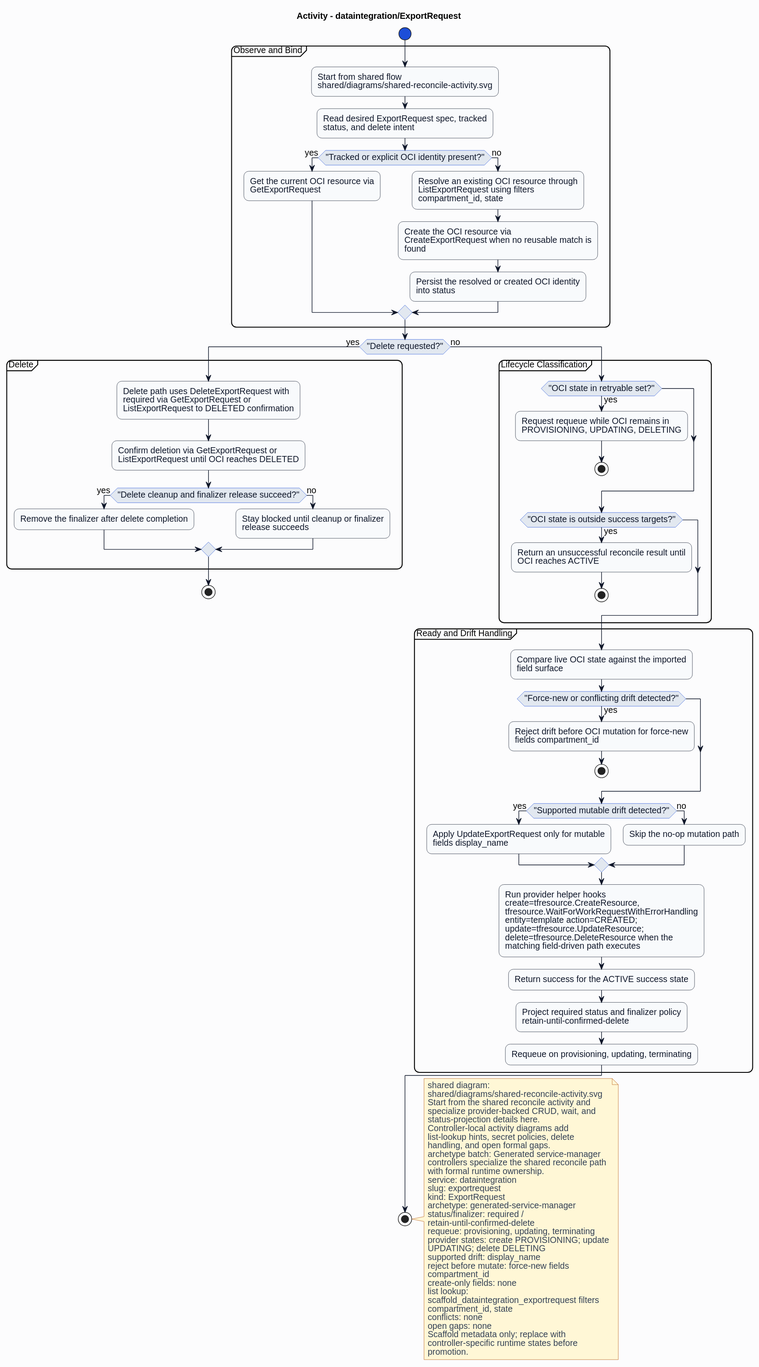
This is formal/controllers/dataintegration/exportrequest/diagrams/activity.svg from HaoyL666/oci-service-operator, a PlantUML export, as it was before one commit.
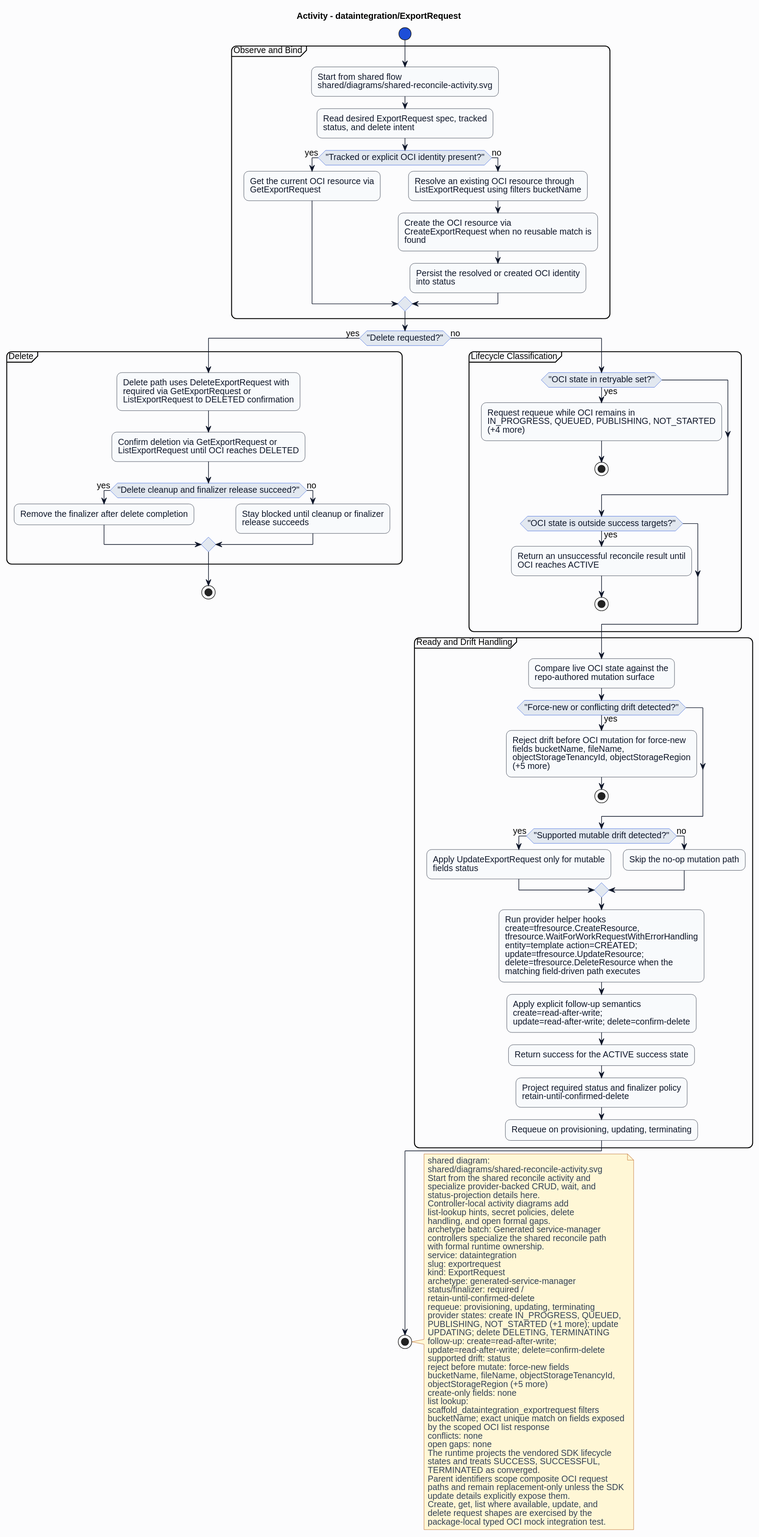
Later version of the same file.

Change to the diagram source:
```diff
@@ -27,7 +27,7 @@
 if ("Tracked or explicit OCI identity present?") then (yes)
 :Get the current OCI resource via\nGetExportRequest;
 else (no)
-:Resolve an existing OCI resource through\nListExportRequest using filters\ncompartment_id, state;
+:Resolve an existing OCI resource through\nListExportRequest using filters bucketName;
 :Create the OCI resource via\nCreateExportRequest when no reusable match is\nfound;
 :Persist the resolved or created OCI identity\ninto status;
 endif
@@ -46,7 +46,7 @@
 else (no)
 partition "Lifecycle Classification" {
 if ("OCI state in retryable set?") then (yes)
-:Request requeue while OCI remains in\nPROVISIONING, UPDATING, DELETING;
+:Request requeue while OCI remains in\nIN_PROGRESS, QUEUED, PUBLISHING, NOT_STARTED\n(+4 more);
 stop
 endif
 if ("OCI state is outside success targets?") then (yes)
@@ -55,17 +55,18 @@
 endif
 }
 partition "Ready and Drift Handling" {
-:Compare live OCI state against the imported\nfield surface;
+:Compare live OCI state against the\nrepo-authored mutation surface;
 if ("Force-new or conflicting drift detected?") then (yes)
-:Reject drift before OCI mutation for force-new\nfields compartment_id;
+:Reject drift before OCI mutation for force-new\nfields bucketName, fileName,\nobjectStorageTenancyId, objectStorageRegion\n(+5 more);
 stop
 endif
 if ("Supported mutable drift detected?") then (yes)
-:Apply UpdateExportRequest only for mutable\nfields display_name;
+:Apply UpdateExportRequest only for mutable\nfields status;
 else (no)
 :Skip the no-op mutation path;
 endif
 :Run provider helper hooks\ncreate=tfresource.CreateResource,\ntfresource.WaitForWorkRequestWithErrorHandling\nentity=template action=CREATED;\nupdate=tfresource.UpdateResource;\ndelete=tfresource.DeleteResource when the\nmatching field-driven path executes;
+:Apply explicit follow-up semantics\ncreate=read-after-write;\nupdate=read-after-write; delete=confirm-delete;
 :Return success for the ACTIVE success state;
 :Project required status and finalizer policy\nretain-until-confirmed-delete;
 :Requeue on provisioning, updating, terminating;
@@ -91,19 +92,30 @@
 status/finalizer: required /
 retain-until-confirmed-delete
 requeue: provisioning, updating, terminating
-provider states: create PROVISIONING; update
-UPDATING; delete DELETING
-supported drift: display_name
+provider states: create IN_PROGRESS, QUEUED,
+PUBLISHING, NOT_STARTED (+1 more); update
+UPDATING; delete DELETING, TERMINATING
+follow-up: create=read-after-write;
+update=read-after-write; delete=confirm-delete
+supported drift: status
 reject before mutate: force-new fields
-compartment_id
+bucketName, fileName, objectStorageTenancyId,
+objectStorageRegion (+5 more)
 create-only fields: none
 list lookup:
 scaffold_dataintegration_exportrequest filters
-compartment_id, state
+bucketName; exact unique match on fields exposed
+by the scoped OCI list response
 conflicts: none
 open gaps: none
-Scaffold metadata only; replace with
-controller-specific runtime states before
-promotion.
+The runtime projects the vendored SDK lifecycle
+states and treats SUCCESS, SUCCESSFUL,
+TERMINATED as converged.
+Parent identifiers scope composite OCI request
+paths and remain replacement-only unless the SDK
+update details explicitly expose them.
+Create, get, list where available, update, and
+delete request shapes are exercised by the
+package-local typed OCI mock integration test.
 end note
 @enduml
```
